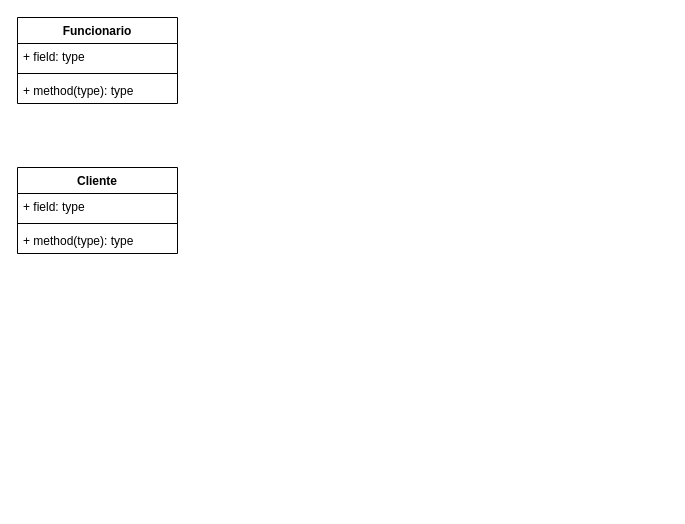
This is page "Questão 3-4" (2 of 2) of TarefaENG-REQ.drawio from loui674/Diagramas-de-Caso-de-Uso, a draw.io file, before an edit. Source tidied: cells renumbered, new cells numbered last; positions are measured from the earlier drawing's top-left corner, leaving out a move shared by most shapes. Both pictures are drawn from the tidied source at 100%, with x=0, y=0 at pixel (17, 17).
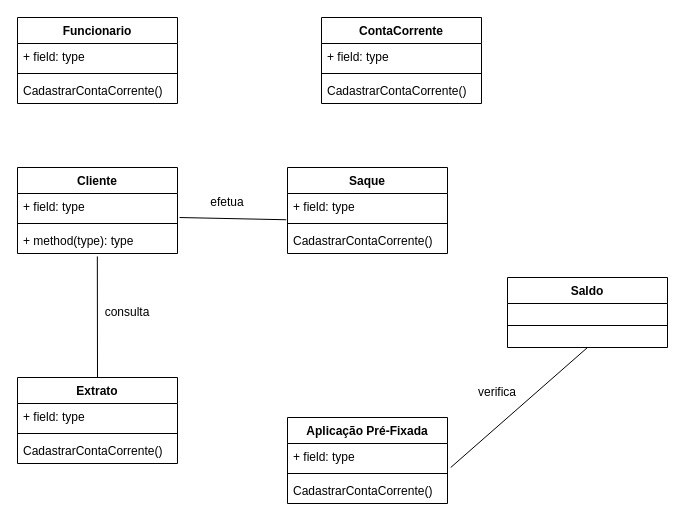
The same page after the edit.

Unchanged cells that the change refers to:
```xml
<mxCell id="2" value="Funcionario" style="swimlane;fontStyle=1;align=center;verticalAlign=top;horizontal=1;startSize=26;" parent="1" vertex="1">
  <mxGeometry width="160" height="86" as="geometry" />
</mxCell>
<mxCell id="7" value="+ field: type" style="text;strokeColor=none;fillColor=none;align=left;verticalAlign=top;spacingLeft=4;spacingRight=4;overflow=hidden;points=[[0,0.5],[1,0.5]];portConstraint=eastwest;" parent="6" vertex="1">
  <mxGeometry y="26" width="160" height="26" as="geometry" />
</mxCell>
<mxCell id="9" value="+ method(type): type" style="text;strokeColor=none;fillColor=none;align=left;verticalAlign=top;spacingLeft=4;spacingRight=4;overflow=hidden;points=[[0,0.5],[1,0.5]];portConstraint=eastwest;" parent="6" vertex="1">
  <mxGeometry y="60" width="160" height="26" as="geometry" />
</mxCell>
```

Change to the diagram source:
```diff
@@
-    <mxCell id="5" value="+ method(type): type" style="text;strokeColor=none;fillColor=none;align=left;verticalAlign=top;spacingLeft=4;spacingRight=4;overflow=hidden;" parent="2" vertex="1">
+    <mxCell id="5" value="CadastrarContaCorrente()" style="text;strokeColor=none;fillColor=none;align=left;verticalAlign=top;spacingLeft=4;spacingRight=4;overflow=hidden;" parent="2" vertex="1">
       <mxGeometry y="60" width="160" height="26" as="geometry" />
     </mxCell>
@@
+    <mxCell id="10" value="ContaCorrente" style="swimlane;fontStyle=1;align=center;verticalAlign=top;horizontal=1;startSize=26;" parent="1" vertex="1">
+      <mxGeometry x="304" width="160" height="86" as="geometry" />
+    </mxCell>
+    <mxCell id="11" value="+ field: type" style="text;strokeColor=none;fillColor=none;align=left;verticalAlign=top;spacingLeft=4;spacingRight=4;overflow=hidden;" parent="10" vertex="1">
+      <mxGeometry y="26" width="160" height="26" as="geometry" />
+    </mxCell>
+    <mxCell id="12" style="line;strokeWidth=1;fillColor=none;align=left;verticalAlign=middle;spacingTop=-1;spacingLeft=3;spacingRight=3;labelPosition=right;strokeColor=inherit;" parent="10" vertex="1">
+      <mxGeometry y="52" width="160" height="8" as="geometry" />
+    </mxCell>
+    <mxCell id="13" value="CadastrarContaCorrente()" style="text;strokeColor=none;fillColor=none;align=left;verticalAlign=top;spacingLeft=4;spacingRight=4;overflow=hidden;" parent="10" vertex="1">
+      <mxGeometry y="60" width="160" height="26" as="geometry" />
+    </mxCell>
+    <mxCell id="14" value="Saque" style="swimlane;fontStyle=1;align=center;verticalAlign=top;horizontal=1;startSize=26;" parent="1" vertex="1">
+      <mxGeometry x="270" y="150" width="160" height="86" as="geometry" />
+    </mxCell>
+    <mxCell id="15" value="+ field: type" style="text;strokeColor=none;fillColor=none;align=left;verticalAlign=top;spacingLeft=4;spacingRight=4;overflow=hidden;points=[[0,0.5],[1,0.5]];portConstraint=eastwest;" parent="14" vertex="1">
+      <mxGeometry y="26" width="160" height="26" as="geometry" />
+    </mxCell>
+    <mxCell id="16" style="line;strokeWidth=1;fillColor=none;align=left;verticalAlign=middle;spacingTop=-1;spacingLeft=3;spacingRight=3;labelPosition=right;strokeColor=inherit;" parent="14" vertex="1">
+      <mxGeometry y="52" width="160" height="8" as="geometry" />
+    </mxCell>
+    <mxCell id="17" value="CadastrarContaCorrente()" style="text;strokeColor=none;fillColor=none;align=left;verticalAlign=top;spacingLeft=4;spacingRight=4;overflow=hidden;" parent="14" vertex="1">
+      <mxGeometry y="60" width="160" height="26" as="geometry" />
+    </mxCell>
+    <mxCell id="18" value="Aplicação Pré-Fixada" style="swimlane;fontStyle=1;align=center;verticalAlign=top;horizontal=1;startSize=26;" parent="1" vertex="1">
+      <mxGeometry x="270" y="400" width="160" height="86" as="geometry" />
+    </mxCell>
+    <mxCell id="19" value="+ field: type" style="text;strokeColor=none;fillColor=none;align=left;verticalAlign=top;spacingLeft=4;spacingRight=4;overflow=hidden;points=[[0,0.5],[1,0.5]];portConstraint=eastwest;" parent="18" vertex="1">
+      <mxGeometry y="26" width="160" height="26" as="geometry" />
+    </mxCell>
+    <mxCell id="20" style="line;strokeWidth=1;fillColor=none;align=left;verticalAlign=middle;spacingTop=-1;spacingLeft=3;spacingRight=3;labelPosition=right;strokeColor=inherit;" parent="18" vertex="1">
+      <mxGeometry y="52" width="160" height="8" as="geometry" />
+    </mxCell>
+    <mxCell id="21" value="CadastrarContaCorrente()" style="text;strokeColor=none;fillColor=none;align=left;verticalAlign=top;spacingLeft=4;spacingRight=4;overflow=hidden;" parent="18" vertex="1">
+      <mxGeometry y="60" width="160" height="26" as="geometry" />
+    </mxCell>
+    <mxCell id="22" value="Extrato" style="swimlane;fontStyle=1;align=center;verticalAlign=top;horizontal=1;startSize=26;" parent="1" vertex="1">
+      <mxGeometry y="360" width="160" height="86" as="geometry" />
+    </mxCell>
+    <mxCell id="23" value="+ field: type" style="text;strokeColor=none;fillColor=none;align=left;verticalAlign=top;spacingLeft=4;spacingRight=4;overflow=hidden;" parent="22" vertex="1">
+      <mxGeometry y="26" width="160" height="26" as="geometry" />
+    </mxCell>
+    <mxCell id="24" style="line;strokeWidth=1;fillColor=none;align=left;verticalAlign=middle;spacingTop=-1;spacingLeft=3;spacingRight=3;labelPosition=right;strokeColor=inherit;" parent="22" vertex="1">
+      <mxGeometry y="52" width="160" height="8" as="geometry" />
+    </mxCell>
+    <mxCell id="25" value="CadastrarContaCorrente()" style="text;strokeColor=none;fillColor=none;align=left;verticalAlign=top;spacingLeft=4;spacingRight=4;overflow=hidden;" parent="22" vertex="1">
+      <mxGeometry y="60" width="160" height="26" as="geometry" />
+    </mxCell>
+    <mxCell id="26" value="Saldo" style="swimlane;fontStyle=1;align=center;verticalAlign=top;horizontal=1;startSize=26;" parent="1" vertex="1">
+      <mxGeometry x="490" y="260" width="160" height="70" as="geometry" />
+    </mxCell>
+    <mxCell id="27" style="line;strokeWidth=1;fillColor=none;align=left;verticalAlign=middle;spacingTop=-1;spacingLeft=3;spacingRight=3;labelPosition=right;strokeColor=inherit;" parent="26" vertex="1">
+      <mxGeometry y="26" width="160" height="44" as="geometry" />
+    </mxCell>
+    <mxCell id="28" style="endArrow=none;html=1;rounded=0;exitX=1.013;exitY=0.924;exitDx=0;exitDy=0;exitPerimeter=0;entryX=-0.008;entryY=1.01;entryDx=0;entryDy=0;entryPerimeter=0;" parent="1" edge="1" source="7" target="15">
+      <mxGeometry relative="1" as="geometry" />
+    </mxCell>
+    <mxCell id="29" value="efetua" style="text;html=1;strokeColor=none;fillColor=none;align=center;verticalAlign=middle;whiteSpace=wrap;rounded=0;" parent="1" vertex="1">
+      <mxGeometry x="180" y="170" width="60" height="30" as="geometry" />
+    </mxCell>
+    <mxCell id="30" style="endArrow=none;html=1;rounded=0;entryX=0.499;entryY=1.112;entryDx=0;entryDy=0;entryPerimeter=0;exitX=0.5;exitY=0;exitDx=0;exitDy=0;" parent="1" edge="1" source="22" target="9">
+      <mxGeometry relative="1" as="geometry" />
+    </mxCell>
+    <mxCell id="31" style="endArrow=none;html=1;rounded=0;entryX=0.5;entryY=1;entryDx=0;entryDy=0;exitX=1.02;exitY=0.924;exitDx=0;exitDy=0;exitPerimeter=0;" parent="1" edge="1" source="19" target="26">
+      <mxGeometry relative="1" as="geometry" />
+    </mxCell>
+    <mxCell id="32" value="verifica" style="text;html=1;strokeColor=none;fillColor=none;align=center;verticalAlign=middle;whiteSpace=wrap;rounded=0;" parent="1" vertex="1">
+      <mxGeometry x="450" y="360" width="60" height="30" as="geometry" />
+    </mxCell>
+    <mxCell id="33" value="consulta" style="text;html=1;strokeColor=none;fillColor=none;align=center;verticalAlign=middle;whiteSpace=wrap;rounded=0;" parent="1" vertex="1">
+      <mxGeometry x="80" y="280" width="60" height="30" as="geometry" />
+    </mxCell>
```
